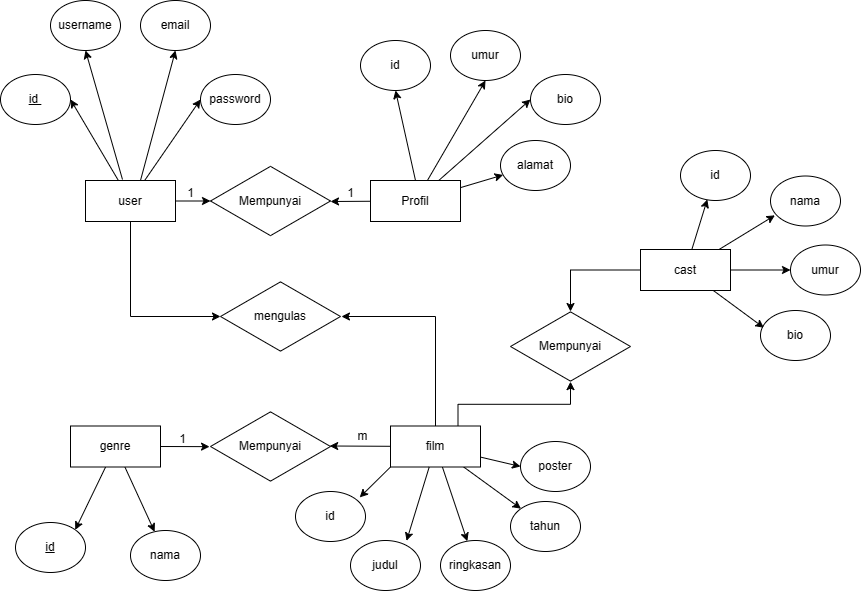
Above: ERD-Review-Film.drawio.png in Ikhs4nw/ERD-Database (draw.io), before the change. Source tidied: cells renumbered, new cells last; positions are measured from the earlier drawing's top-left corner, leaving out a move shared by most shapes. Its diagram source:
```xml
<mxGraphModel>
  <root>
    <mxCell id="0" />
    <mxCell id="1" parent="0" />
    <mxCell id="2" style="edgeStyle=none;rounded=0;jettySize=auto;html=1;entryX=1;entryY=0.5;entryDx=0;entryDy=0;" parent="1" edge="1" source="7" target="8">
      <mxGeometry relative="1" as="geometry" />
    </mxCell>
    <mxCell id="3" style="edgeStyle=none;rounded=0;jettySize=auto;html=1;exitX=0.411;exitY=-0.024;exitDx=0;exitDy=0;entryX=0.5;entryY=1;entryDx=0;entryDy=0;exitPerimeter=0;" parent="1" edge="1" source="7" target="9">
      <mxGeometry relative="1" as="geometry" />
    </mxCell>
    <mxCell id="4" style="edgeStyle=none;rounded=0;jettySize=auto;html=1;exitX=0.611;exitY=0;exitDx=0;exitDy=0;entryX=0.5;entryY=1;entryDx=0;entryDy=0;exitPerimeter=0;" parent="1" edge="1" source="7" target="10">
      <mxGeometry relative="1" as="geometry" />
    </mxCell>
    <mxCell id="5" style="edgeStyle=none;rounded=0;jettySize=auto;html=1;entryX=0;entryY=0.5;entryDx=0;entryDy=0;" parent="1" edge="1" source="7" target="11">
      <mxGeometry relative="1" as="geometry" />
    </mxCell>
    <mxCell id="6" style="edgeStyle=none;rounded=0;jettySize=auto;html=1;" parent="1" edge="1" source="7">
      <mxGeometry relative="1" as="geometry">
        <mxPoint x="210" y="200.5" as="targetPoint" />
      </mxGeometry>
    </mxCell>
    <mxCell id="7" value="user" style="rounded=0;whiteSpace=wrap;html=1;" parent="1" vertex="1">
      <mxGeometry x="85" y="180" width="90" height="41" as="geometry" />
    </mxCell>
    <mxCell id="8" value="&lt;u&gt;id&amp;nbsp;&lt;/u&gt;" style="ellipse;whiteSpace=wrap;html=1;" parent="1" vertex="1">
      <mxGeometry y="74" width="70" height="50" as="geometry" />
    </mxCell>
    <mxCell id="9" value="username" style="ellipse;whiteSpace=wrap;html=1;" parent="1" vertex="1">
      <mxGeometry x="50" width="70" height="50" as="geometry" />
    </mxCell>
    <mxCell id="10" value="email" style="ellipse;whiteSpace=wrap;html=1;" parent="1" vertex="1">
      <mxGeometry x="140" width="70" height="50" as="geometry" />
    </mxCell>
    <mxCell id="11" value="password" style="ellipse;whiteSpace=wrap;html=1;" parent="1" vertex="1">
      <mxGeometry x="200" y="74" width="70" height="50" as="geometry" />
    </mxCell>
    <mxCell id="12" style="edgeStyle=none;rounded=0;jettySize=auto;html=1;exitX=0.5;exitY=0;exitDx=0;exitDy=0;entryX=0.5;entryY=1;entryDx=0;entryDy=0;" parent="1" edge="1" source="16" target="17">
      <mxGeometry relative="1" as="geometry" />
    </mxCell>
    <mxCell id="13" style="edgeStyle=none;rounded=0;jettySize=auto;html=1;entryX=0.5;entryY=1;entryDx=0;entryDy=0;" parent="1" edge="1" source="16" target="18">
      <mxGeometry relative="1" as="geometry" />
    </mxCell>
    <mxCell id="14" style="edgeStyle=none;rounded=0;jettySize=auto;html=1;entryX=0;entryY=0.5;entryDx=0;entryDy=0;" parent="1" edge="1" source="16" target="19">
      <mxGeometry relative="1" as="geometry" />
    </mxCell>
    <mxCell id="15" style="edgeStyle=none;rounded=0;jettySize=auto;html=1;" parent="1" edge="1" source="16" target="20">
      <mxGeometry relative="1" as="geometry" />
    </mxCell>
    <mxCell id="16" value="Profil" style="rounded=0;whiteSpace=wrap;html=1;" parent="1" vertex="1">
      <mxGeometry x="370" y="180" width="90" height="41" as="geometry" />
    </mxCell>
    <mxCell id="17" value="id" style="ellipse;whiteSpace=wrap;html=1;" parent="1" vertex="1">
      <mxGeometry x="360" y="40" width="70" height="50" as="geometry" />
    </mxCell>
    <mxCell id="18" value="umur" style="ellipse;whiteSpace=wrap;html=1;" parent="1" vertex="1">
      <mxGeometry x="450" y="30" width="70" height="50" as="geometry" />
    </mxCell>
    <mxCell id="19" value="bio" style="ellipse;whiteSpace=wrap;html=1;" parent="1" vertex="1">
      <mxGeometry x="530" y="74" width="70" height="50" as="geometry" />
    </mxCell>
    <mxCell id="20" value="alamat" style="ellipse;whiteSpace=wrap;html=1;" parent="1" vertex="1">
      <mxGeometry x="500" y="140" width="70" height="50" as="geometry" />
    </mxCell>
    <mxCell id="21" value="Mempunyai" style="html=1;whiteSpace=wrap;shape=isoRectangle;" parent="1" vertex="1">
      <mxGeometry x="210" y="164.5" width="120" height="72" as="geometry" />
    </mxCell>
    <mxCell id="22" style="edgeStyle=none;rounded=0;jettySize=auto;html=1;" parent="1" edge="1" source="16">
      <mxGeometry relative="1" as="geometry">
        <mxPoint x="330" y="201" as="targetPoint" />
      </mxGeometry>
    </mxCell>
    <mxCell id="23" value="1" style="text;html=1;align=center;verticalAlign=middle;strokeColor=none;fillColor=none;" parent="1" vertex="1">
      <mxGeometry x="335" y="178" width="30" height="30" as="geometry" />
    </mxCell>
    <mxCell id="24" value="1" style="text;html=1;align=center;verticalAlign=middle;strokeColor=none;fillColor=none;" parent="1" vertex="1">
      <mxGeometry x="175" y="178" width="30" height="30" as="geometry" />
    </mxCell>
    <mxCell id="25" style="edgeStyle=none;rounded=0;jettySize=auto;html=1;entryX=1;entryY=0;entryDx=0;entryDy=0;" parent="1" edge="1" source="27" target="28">
      <mxGeometry relative="1" as="geometry" />
    </mxCell>
    <mxCell id="26" style="edgeStyle=none;rounded=0;jettySize=auto;html=1;" parent="1" edge="1" source="27" target="29">
      <mxGeometry relative="1" as="geometry" />
    </mxCell>
    <mxCell id="27" value="genre" style="rounded=0;whiteSpace=wrap;html=1;" parent="1" vertex="1">
      <mxGeometry x="70" y="425.5" width="90" height="41" as="geometry" />
    </mxCell>
    <mxCell id="28" value="&lt;u&gt;id&lt;/u&gt;" style="ellipse;whiteSpace=wrap;html=1;" parent="1" vertex="1">
      <mxGeometry x="15" y="522" width="70" height="50" as="geometry" />
    </mxCell>
    <mxCell id="29" value="nama" style="ellipse;whiteSpace=wrap;html=1;" parent="1" vertex="1">
      <mxGeometry x="130" y="530" width="70" height="50" as="geometry" />
    </mxCell>
    <mxCell id="30" style="edgeStyle=none;rounded=0;jettySize=auto;html=1;" parent="1" edge="1" source="33" target="36">
      <mxGeometry relative="1" as="geometry" />
    </mxCell>
    <mxCell id="31" style="edgeStyle=none;rounded=0;jettySize=auto;html=1;" parent="1" edge="1" source="33" target="37">
      <mxGeometry relative="1" as="geometry" />
    </mxCell>
    <mxCell id="32" style="edgeStyle=none;rounded=0;jettySize=auto;html=1;entryX=0;entryY=0.5;entryDx=0;entryDy=0;" parent="1" edge="1" source="33" target="38">
      <mxGeometry relative="1" as="geometry" />
    </mxCell>
    <mxCell id="33" value="film" style="rounded=0;whiteSpace=wrap;html=1;" parent="1" vertex="1">
      <mxGeometry x="390" y="425.5" width="90" height="41" as="geometry" />
    </mxCell>
    <mxCell id="34" value="id" style="ellipse;whiteSpace=wrap;html=1;" parent="1" vertex="1">
      <mxGeometry x="295" y="491" width="70" height="50" as="geometry" />
    </mxCell>
    <mxCell id="35" value="judul" style="ellipse;whiteSpace=wrap;html=1;" parent="1" vertex="1">
      <mxGeometry x="350" y="540" width="70" height="50" as="geometry" />
    </mxCell>
    <mxCell id="36" value="ringkasan" style="ellipse;whiteSpace=wrap;html=1;" parent="1" vertex="1">
      <mxGeometry x="440" y="540" width="70" height="50" as="geometry" />
    </mxCell>
    <mxCell id="37" value="tahun" style="ellipse;whiteSpace=wrap;html=1;" parent="1" vertex="1">
      <mxGeometry x="510" y="501" width="70" height="50" as="geometry" />
    </mxCell>
    <mxCell id="38" value="poster" style="ellipse;whiteSpace=wrap;html=1;" parent="1" vertex="1">
      <mxGeometry x="520" y="441" width="70" height="50" as="geometry" />
    </mxCell>
    <mxCell id="39" value="Mempunyai" style="html=1;whiteSpace=wrap;shape=isoRectangle;" parent="1" vertex="1">
      <mxGeometry x="210" y="410" width="120" height="72" as="geometry" />
    </mxCell>
    <mxCell id="40" style="edgeStyle=none;rounded=0;jettySize=auto;html=1;exitX=0;exitY=1;exitDx=0;exitDy=0;entryX=0.917;entryY=0.118;entryDx=0;entryDy=0;entryPerimeter=0;" parent="1" edge="1" source="33" target="34">
      <mxGeometry relative="1" as="geometry" />
    </mxCell>
    <mxCell id="41" style="edgeStyle=none;rounded=0;jettySize=auto;html=1;entryX=0.801;entryY=0.007;entryDx=0;entryDy=0;entryPerimeter=0;" parent="1" edge="1" source="33" target="35">
      <mxGeometry relative="1" as="geometry" />
    </mxCell>
    <mxCell id="42" style="edgeStyle=none;rounded=0;jettySize=auto;html=1;exitX=1;exitY=0.5;exitDx=0;exitDy=0;entryX=-0.008;entryY=0.502;entryDx=0;entryDy=0;entryPerimeter=0;" parent="1" edge="1" source="27" target="39">
      <mxGeometry relative="1" as="geometry" />
    </mxCell>
    <mxCell id="43" style="edgeStyle=none;rounded=0;jettySize=auto;html=1;entryX=0.993;entryY=0.493;entryDx=0;entryDy=0;entryPerimeter=0;" parent="1" edge="1" source="33" target="39">
      <mxGeometry relative="1" as="geometry" />
    </mxCell>
    <mxCell id="44" value="1" style="text;html=1;align=center;verticalAlign=middle;strokeColor=none;fillColor=none;" parent="1" vertex="1">
      <mxGeometry x="167" y="424" width="30" height="30" as="geometry" />
    </mxCell>
    <mxCell id="45" value="m" style="text;html=1;align=center;verticalAlign=middle;strokeColor=none;fillColor=none;" parent="1" vertex="1">
      <mxGeometry x="347" y="421" width="30" height="30" as="geometry" />
    </mxCell>
    <mxCell id="46" value="mengulas" style="html=1;whiteSpace=wrap;shape=isoRectangle;" parent="1" vertex="1">
      <mxGeometry x="220" y="280" width="120" height="72" as="geometry" />
    </mxCell>
    <mxCell id="47" style="edgeStyle=orthogonalEdgeStyle;rounded=0;jettySize=auto;html=1;exitX=0.5;exitY=1;exitDx=0;exitDy=0;" parent="1" edge="1" source="7">
      <mxGeometry relative="1" as="geometry">
        <mxPoint x="220" y="316" as="targetPoint" />
        <Array as="points">
          <mxPoint x="130" y="316" />
          <mxPoint x="220" y="316" />
        </Array>
      </mxGeometry>
    </mxCell>
    <mxCell id="48" style="edgeStyle=orthogonalEdgeStyle;rounded=0;jettySize=auto;html=1;entryX=1.008;entryY=0.5;entryDx=0;entryDy=0;entryPerimeter=0;exitX=0.5;exitY=0;exitDx=0;exitDy=0;" parent="1" edge="1" source="33" target="46">
      <mxGeometry relative="1" as="geometry">
        <Array as="points">
          <mxPoint x="435" y="316" />
        </Array>
      </mxGeometry>
    </mxCell>
    <mxCell id="49" style="edgeStyle=none;rounded=0;jettySize=auto;html=1;entryX=0;entryY=0.5;entryDx=0;entryDy=0;" parent="1" edge="1" source="50" target="53">
      <mxGeometry relative="1" as="geometry" />
    </mxCell>
    <mxCell id="50" value="cast" style="rounded=0;whiteSpace=wrap;html=1;" parent="1" vertex="1">
      <mxGeometry x="640" y="249" width="90" height="41" as="geometry" />
    </mxCell>
    <mxCell id="51" value="id" style="ellipse;whiteSpace=wrap;html=1;" parent="1" vertex="1">
      <mxGeometry x="680" y="150" width="70" height="50" as="geometry" />
    </mxCell>
    <mxCell id="52" value="nama" style="ellipse;whiteSpace=wrap;html=1;" parent="1" vertex="1">
      <mxGeometry x="770" y="175.5" width="70" height="50" as="geometry" />
    </mxCell>
    <mxCell id="53" value="umur" style="ellipse;whiteSpace=wrap;html=1;" parent="1" vertex="1">
      <mxGeometry x="790" y="244.5" width="70" height="50" as="geometry" />
    </mxCell>
    <mxCell id="54" value="bio" style="ellipse;whiteSpace=wrap;html=1;" parent="1" vertex="1">
      <mxGeometry x="760" y="310" width="70" height="50" as="geometry" />
    </mxCell>
    <mxCell id="55" style="edgeStyle=none;rounded=0;jettySize=auto;html=1;entryX=0.383;entryY=0.979;entryDx=0;entryDy=0;entryPerimeter=0;" parent="1" edge="1" source="50" target="51">
      <mxGeometry relative="1" as="geometry" />
    </mxCell>
    <mxCell id="56" style="edgeStyle=none;rounded=0;jettySize=auto;html=1;entryX=0.063;entryY=0.787;entryDx=0;entryDy=0;entryPerimeter=0;" parent="1" edge="1" source="50" target="52">
      <mxGeometry relative="1" as="geometry" />
    </mxCell>
    <mxCell id="57" style="edgeStyle=none;rounded=0;jettySize=auto;html=1;entryX=0.048;entryY=0.345;entryDx=0;entryDy=0;entryPerimeter=0;" parent="1" edge="1" source="50" target="54">
      <mxGeometry relative="1" as="geometry" />
    </mxCell>
    <mxCell id="58" value="Mempunyai" style="html=1;whiteSpace=wrap;shape=isoRectangle;" parent="1" vertex="1">
      <mxGeometry x="510" y="310" width="120" height="72" as="geometry" />
    </mxCell>
    <mxCell id="59" style="edgeStyle=orthogonalEdgeStyle;rounded=0;jettySize=auto;html=1;entryX=0.5;entryY=0.014;entryDx=0;entryDy=0;entryPerimeter=0;" parent="1" edge="1" source="50" target="58">
      <mxGeometry relative="1" as="geometry" />
    </mxCell>
    <mxCell id="60" style="edgeStyle=orthogonalEdgeStyle;rounded=0;jettySize=auto;html=1;exitX=0.75;exitY=0;exitDx=0;exitDy=0;entryX=0.5;entryY=0.988;entryDx=0;entryDy=0;entryPerimeter=0;" parent="1" edge="1" source="33" target="58">
      <mxGeometry relative="1" as="geometry" />
    </mxCell>
  </root>
</mxGraphModel>
```
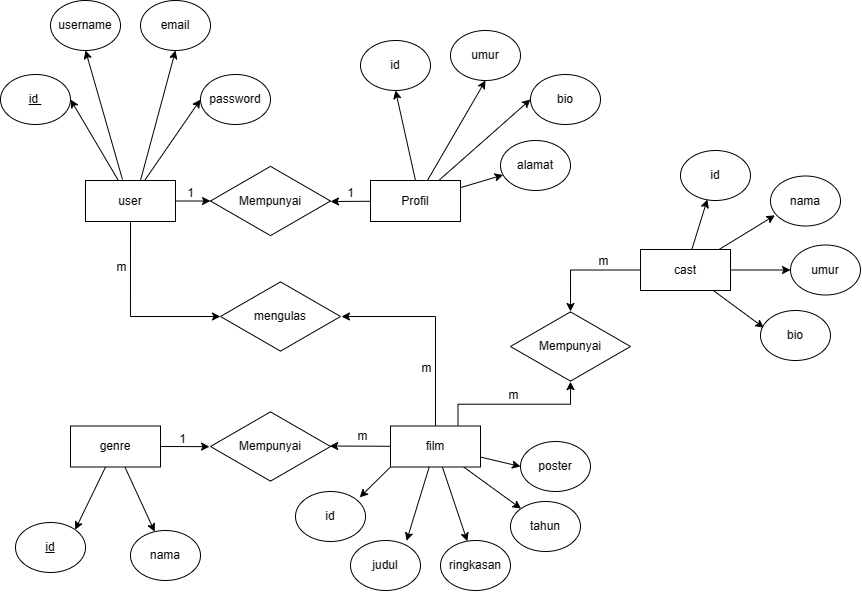
The same file after the commit.

What changed in the source:
```diff
@@ -193,5 +193,17 @@
     <mxCell id="60" style="edgeStyle=orthogonalEdgeStyle;rounded=0;jettySize=auto;html=1;exitX=0.75;exitY=0;exitDx=0;exitDy=0;entryX=0.5;entryY=0.988;entryDx=0;entryDy=0;entryPerimeter=0;" parent="1" edge="1" source="33" target="58">
       <mxGeometry relative="1" as="geometry" />
     </mxCell>
+    <mxCell id="61" value="m" style="text;html=1;align=center;verticalAlign=middle;strokeColor=none;fillColor=none;" parent="1" vertex="1">
+      <mxGeometry x="106" y="252" width="30" height="30" as="geometry" />
+    </mxCell>
+    <mxCell id="62" value="m" style="text;html=1;align=center;verticalAlign=middle;strokeColor=none;fillColor=none;" parent="1" vertex="1">
+      <mxGeometry x="411" y="353" width="30" height="30" as="geometry" />
+    </mxCell>
+    <mxCell id="63" value="m" style="text;html=1;align=center;verticalAlign=middle;strokeColor=none;fillColor=none;" parent="1" vertex="1">
+      <mxGeometry x="588" y="246" width="30" height="30" as="geometry" />
+    </mxCell>
+    <mxCell id="64" value="m" style="text;html=1;align=center;verticalAlign=middle;strokeColor=none;fillColor=none;" parent="1" vertex="1">
+      <mxGeometry x="498" y="380" width="30" height="30" as="geometry" />
+    </mxCell>
   </root>
 </mxGraphModel>
```
